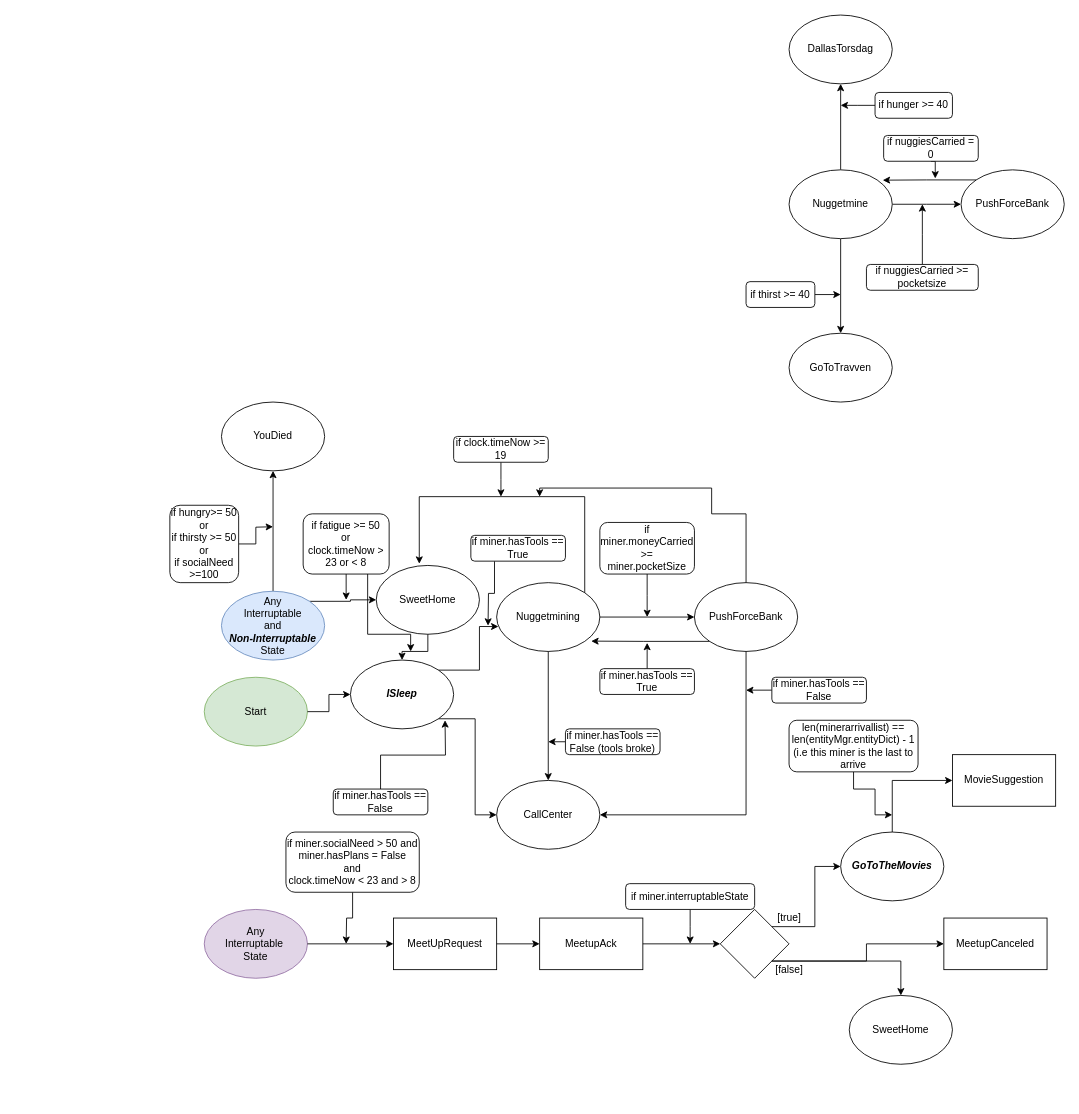
The draw.io diagram labb1/State Transition chart.drawio in potispenserr/ai, before the edit. Source tidied: cells renumbered, new cells numbered last; positions are measured from the earlier drawing's top-left corner, leaving out a move shared by most shapes. Both pictures are drawn from the tidied source at 86%, with x=0, y=0 at pixel (169, 15).
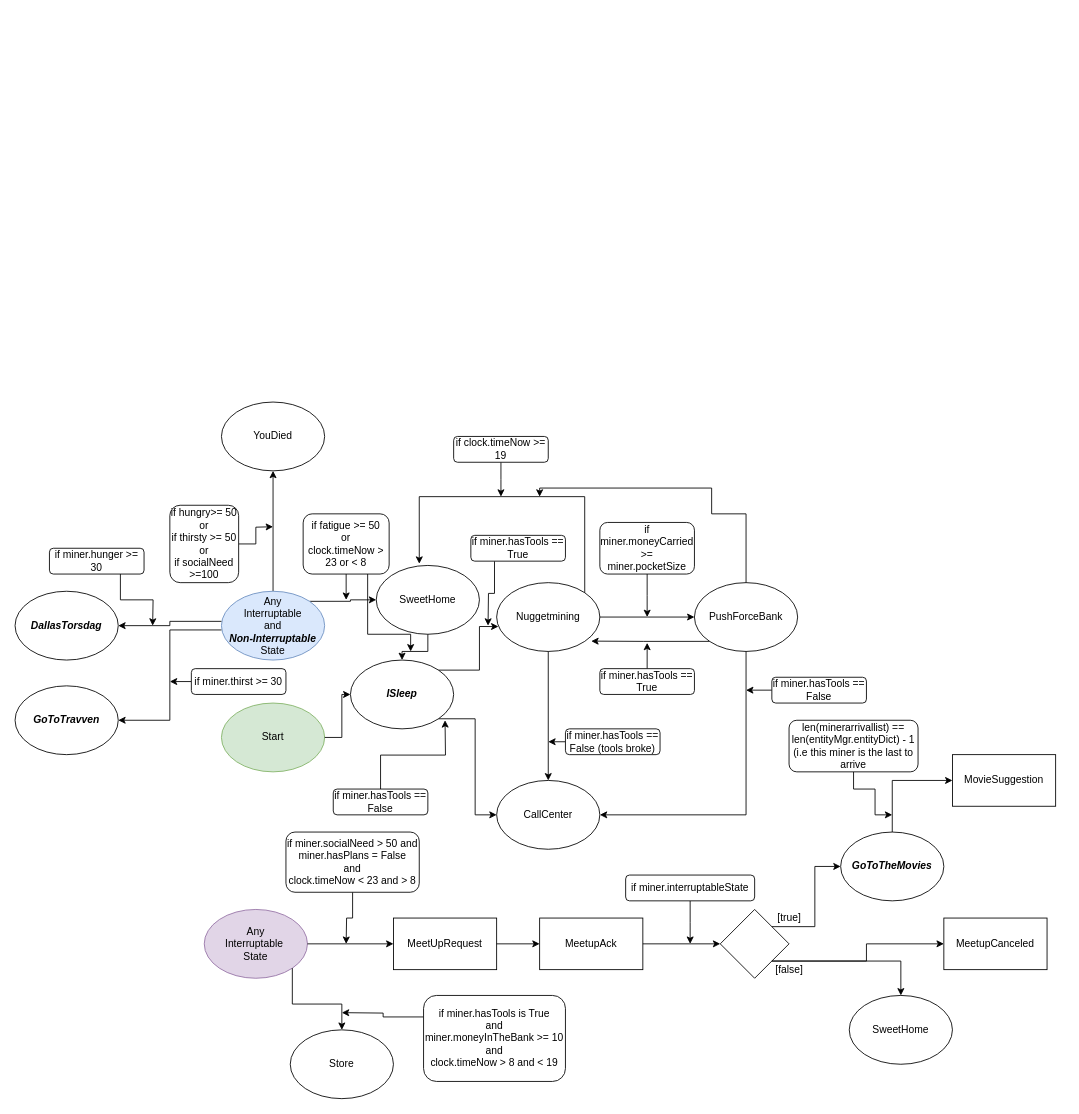
After the change.

Commit message (it also covers changes not shown here):
state State Transition chart done

Unchanged cells that the change refers to:
```xml
<mxCell id="81" value="&lt;div&gt;Any &lt;br&gt;Interruptable&lt;/div&gt;&lt;div&gt;and&lt;/div&gt;&lt;div&gt;&lt;b&gt;&lt;i&gt;Non-Interruptable&lt;/i&gt;&lt;/b&gt;&lt;br&gt;State&lt;/div&gt;" style="text;html=1;strokeColor=none;fillColor=none;align=center;verticalAlign=middle;whiteSpace=wrap;rounded=0;" parent="79" vertex="1">
  <mxGeometry y="30" width="120" height="20" as="geometry" />
</mxCell>
<mxCell id="86" style="ellipse;whiteSpace=wrap;html=1;fillColor=#e1d5e7;strokeColor=#9673a6;" parent="85" vertex="1">
  <mxGeometry width="120" height="80" as="geometry" />
</mxCell>
```

What changed in the source:
```diff
@@
-    <mxCell id="2" style="edgeStyle=orthogonalEdgeStyle;rounded=0;jettySize=auto;html=1;exitX=0.5;exitY=1;exitDx=0;exitDy=0;entryX=0.5;entryY=0;entryDx=0;entryDy=0;" parent="1" edge="1" source="5" target="8">
-      <mxGeometry relative="1" as="geometry" />
-    </mxCell>
-    <mxCell id="3" style="edgeStyle=orthogonalEdgeStyle;rounded=0;jettySize=auto;html=1;exitX=0.5;exitY=0;exitDx=0;exitDy=0;entryX=0.5;entryY=1;entryDx=0;entryDy=0;" parent="1" edge="1" source="5" target="32">
-      <mxGeometry relative="1" as="geometry" />
-    </mxCell>
-    <mxCell id="4" style="edgeStyle=orthogonalEdgeStyle;rounded=0;jettySize=auto;html=1;exitX=1;exitY=0.5;exitDx=0;exitDy=0;entryX=0;entryY=0.5;entryDx=0;entryDy=0;" parent="1" edge="1" source="5">
-      <mxGeometry relative="1" as="geometry">
-        <mxPoint x="920" y="220" as="targetPoint" />
-      </mxGeometry>
-    </mxCell>
-    <mxCell id="5" style="ellipse;whiteSpace=wrap;html=1;" parent="1" vertex="1">
-      <mxGeometry x="720" y="180" width="120" height="80" as="geometry" />
-    </mxCell>
-    <mxCell id="6" value="Nuggetmine" style="text;html=1;align=center;verticalAlign=middle;whiteSpace=wrap;rounded=0;" parent="1" vertex="1">
-      <mxGeometry x="760" y="210" width="40" height="20" as="geometry" />
-    </mxCell>
-    <mxCell id="7" style="group;" parent="1" vertex="1">
-      <mxGeometry x="720" y="370" width="120" height="80" as="geometry" />
-    </mxCell>
-    <mxCell id="8" style="ellipse;whiteSpace=wrap;html=1;" parent="7" vertex="1">
-      <mxGeometry width="120" height="80" as="geometry" />
-    </mxCell>
-    <mxCell id="9" value="&lt;font face=&quot;Helvetica&quot;&gt;GoToTravven&lt;/font&gt;" style="text;html=1;strokeColor=none;fillColor=none;align=center;verticalAlign=middle;whiteSpace=wrap;rounded=0;" parent="7" vertex="1">
-      <mxGeometry x="25" y="20" width="70" height="40" as="geometry" />
-    </mxCell>
-    <mxCell id="10" style="edgeStyle=orthogonalEdgeStyle;rounded=0;jettySize=auto;html=1;exitX=1;exitY=0.5;exitDx=0;exitDy=0;" parent="1" edge="1" source="11">
-      <mxGeometry relative="1" as="geometry">
-        <mxPoint x="780" y="325" as="targetPoint" />
-      </mxGeometry>
-    </mxCell>
-    <mxCell id="11" value="if thirst &amp;gt;= 40" style="rounded=1;whiteSpace=wrap;html=1;" parent="1" vertex="1">
-      <mxGeometry x="670" y="310" width="80" height="30" as="geometry" />
-    </mxCell>
-    <mxCell id="12" style="edgeStyle=orthogonalEdgeStyle;rounded=0;jettySize=auto;html=1;exitX=0;exitY=0.5;exitDx=0;exitDy=0;" parent="1" edge="1" source="13">
-      <mxGeometry relative="1" as="geometry">
-        <mxPoint x="780" y="105" as="targetPoint" />
-      </mxGeometry>
-    </mxCell>
-    <mxCell id="13" value="if hunger &amp;gt;= 40" style="rounded=1;whiteSpace=wrap;html=1;" parent="1" vertex="1">
-      <mxGeometry x="820" y="90" width="90" height="30" as="geometry" />
-    </mxCell>
-    <mxCell id="14" style="edgeStyle=orthogonalEdgeStyle;rounded=0;jettySize=auto;html=1;exitX=0.5;exitY=0;exitDx=0;exitDy=0;" parent="1" edge="1" source="15">
-      <mxGeometry relative="1" as="geometry">
-        <mxPoint x="875" y="220" as="targetPoint" />
-      </mxGeometry>
-    </mxCell>
-    <mxCell id="15" value="if nuggiesCarried &amp;gt;= pocketsize" style="rounded=1;whiteSpace=wrap;html=1;" parent="1" vertex="1">
-      <mxGeometry x="810" y="290" width="130" height="30" as="geometry" />
-    </mxCell>
-    <mxCell id="16" style="group;" parent="1" vertex="1">
-      <mxGeometry x="920" y="180" width="120" height="80" as="geometry" />
-    </mxCell>
-    <mxCell id="17" style="ellipse;whiteSpace=wrap;html=1;" parent="16" vertex="1">
-      <mxGeometry width="120" height="80" as="geometry" />
-    </mxCell>
-    <mxCell id="18" value="PushForceBank" style="text;html=1;strokeColor=none;fillColor=none;align=center;verticalAlign=middle;whiteSpace=wrap;rounded=0;" parent="16" vertex="1">
-      <mxGeometry x="25" y="20" width="70" height="40" as="geometry" />
-    </mxCell>
@@
     <mxCell id="22" style="group;fillColor=none;" parent="1" vertex="1">
-      <mxGeometry x="40" y="770" width="120" height="80" as="geometry" />
+      <mxGeometry x="60" y="800" width="120" height="80" as="geometry" />
     </mxCell>
@@
-    <mxCell id="26" style="edgeStyle=orthogonalEdgeStyle;rounded=0;jettySize=auto;html=1;exitX=0;exitY=0;exitDx=0;exitDy=0;entryX=0.908;entryY=0.15;entryDx=0;entryDy=0;entryPerimeter=0;" parent="1" edge="1" source="17" target="5">
-      <mxGeometry relative="1" as="geometry" />
-    </mxCell>
-    <mxCell id="27" style="edgeStyle=orthogonalEdgeStyle;rounded=0;jettySize=auto;html=1;exitX=0.5;exitY=1;exitDx=0;exitDy=0;" parent="1" edge="1" source="28">
-      <mxGeometry relative="1" as="geometry">
-        <mxPoint x="890" y="190" as="targetPoint" />
-      </mxGeometry>
-    </mxCell>
-    <mxCell id="28" value="if nuggiesCarried = 0" style="rounded=1;whiteSpace=wrap;html=1;" parent="1" vertex="1">
-      <mxGeometry x="830" y="140" width="110" height="30" as="geometry" />
-    </mxCell>
@@
-    <mxCell id="30" style="group;" parent="1" vertex="1">
-      <mxGeometry x="720" width="120" height="80" as="geometry" />
-    </mxCell>
-    <mxCell id="31" style="group;" parent="30" vertex="1">
-      <mxGeometry width="120" height="80" as="geometry" />
-    </mxCell>
-    <mxCell id="32" style="ellipse;whiteSpace=wrap;html=1;" parent="31" vertex="1">
-      <mxGeometry width="120" height="80" as="geometry" />
-    </mxCell>
-    <mxCell id="33" value="DallasTorsdag" style="text;html=1;strokeColor=none;fillColor=none;align=center;verticalAlign=middle;whiteSpace=wrap;rounded=0;" parent="31" vertex="1">
-      <mxGeometry x="25" y="20" width="70" height="40" as="geometry" />
-    </mxCell>
@@
     <mxCell id="99" value="if miner.interruptableState" style="rounded=1;whiteSpace=wrap;html=1;" parent="1" vertex="1">
-      <mxGeometry x="530" y="1010" width="150" height="30" as="geometry" />
+      <mxGeometry x="530" y="1000" width="150" height="30" as="geometry" />
     </mxCell>
@@
+    <mxCell id="114" style="group;" parent="1" vertex="1">
+      <mxGeometry x="140" y="1180" width="120" height="80" as="geometry" />
+    </mxCell>
+    <mxCell id="115" style="ellipse;whiteSpace=wrap;html=1;" parent="114" vertex="1">
+      <mxGeometry width="120" height="80" as="geometry" />
+    </mxCell>
+    <mxCell id="116" value="Store" style="text;html=1;strokeColor=none;fillColor=none;align=center;verticalAlign=middle;whiteSpace=wrap;rounded=0;" parent="114" vertex="1">
+      <mxGeometry x="25" y="20" width="70" height="40" as="geometry" />
+    </mxCell>
+    <mxCell id="117" style="edgeStyle=orthogonalEdgeStyle;rounded=0;jettySize=auto;html=1;exitX=0;exitY=0.25;exitDx=0;exitDy=0;" parent="1" edge="1" source="118">
+      <mxGeometry relative="1" as="geometry">
+        <mxPoint x="200" y="1160" as="targetPoint" />
+      </mxGeometry>
+    </mxCell>
+    <mxCell id="118" value="if miner.hasTools is True&lt;br&gt;and &lt;br&gt;miner.moneyInTheBank &amp;gt;= 10&lt;br&gt;and &lt;br&gt;clock.timeNow &amp;gt; 8 and &amp;lt; 19" style="rounded=1;whiteSpace=wrap;html=1;" parent="1" vertex="1">
+      <mxGeometry x="295" y="1140" width="165" height="100" as="geometry" />
+    </mxCell>
+    <mxCell id="119" style="edgeStyle=orthogonalEdgeStyle;rounded=0;jettySize=auto;html=1;exitX=1;exitY=1;exitDx=0;exitDy=0;entryX=0.5;entryY=0;entryDx=0;entryDy=0;" parent="1" edge="1" source="86" target="115">
+      <mxGeometry relative="1" as="geometry" />
+    </mxCell>
+    <mxCell id="120" style="group;" parent="1" vertex="1">
+      <mxGeometry x="-180" y="670" width="120" height="80" as="geometry" />
+    </mxCell>
+    <mxCell id="121" style="group;" parent="120" vertex="1">
+      <mxGeometry width="120" height="80" as="geometry" />
+    </mxCell>
+    <mxCell id="122" style="ellipse;whiteSpace=wrap;html=1;" parent="121" vertex="1">
+      <mxGeometry width="120" height="80" as="geometry" />
+    </mxCell>
+    <mxCell id="33" value="&lt;b&gt;&lt;i&gt;DallasTorsdag&lt;/i&gt;&lt;/b&gt;" style="text;html=1;strokeColor=none;fillColor=none;align=center;verticalAlign=middle;whiteSpace=wrap;rounded=0;" parent="121" vertex="1">
+      <mxGeometry x="25" y="20" width="70" height="40" as="geometry" />
+    </mxCell>
+    <mxCell id="123" style="group;" parent="1" vertex="1">
+      <mxGeometry x="-180" y="780" width="120" height="80" as="geometry" />
+    </mxCell>
+    <mxCell id="124" style="group;" parent="123" vertex="1">
+      <mxGeometry width="120" height="80" as="geometry" />
+    </mxCell>
+    <mxCell id="125" style="ellipse;whiteSpace=wrap;html=1;" parent="124" vertex="1">
+      <mxGeometry width="120" height="80" as="geometry" />
+    </mxCell>
+    <mxCell id="9" value="&lt;b&gt;&lt;i&gt;GoToTravven&lt;/i&gt;&lt;/b&gt;" style="text;html=1;strokeColor=none;fillColor=none;align=center;verticalAlign=middle;whiteSpace=wrap;rounded=0;" parent="124" vertex="1">
+      <mxGeometry x="25" y="20" width="70" height="40" as="geometry" />
+    </mxCell>
+    <mxCell id="126" style="edgeStyle=orthogonalEdgeStyle;rounded=0;jettySize=auto;html=1;exitX=0;exitY=0.25;exitDx=0;exitDy=0;" parent="1" edge="1" source="81" target="122">
+      <mxGeometry relative="1" as="geometry" />
+    </mxCell>
+    <mxCell id="127" style="edgeStyle=orthogonalEdgeStyle;rounded=0;jettySize=auto;html=1;exitX=0;exitY=0.75;exitDx=0;exitDy=0;entryX=1;entryY=0.5;entryDx=0;entryDy=0;" parent="1" edge="1" source="81" target="125">
+      <mxGeometry relative="1" as="geometry" />
+    </mxCell>
+    <mxCell id="128" style="edgeStyle=orthogonalEdgeStyle;rounded=0;jettySize=auto;html=1;exitX=0.75;exitY=1;exitDx=0;exitDy=0;" parent="1" edge="1" source="129">
+      <mxGeometry relative="1" as="geometry">
+        <mxPoint x="-20" y="710" as="targetPoint" />
+      </mxGeometry>
+    </mxCell>
+    <mxCell id="129" value="if miner.hunger &amp;gt;= 30" style="rounded=1;whiteSpace=wrap;html=1;" parent="1" vertex="1">
+      <mxGeometry x="-140" y="620" width="110" height="30" as="geometry" />
+    </mxCell>
+    <mxCell id="130" style="edgeStyle=orthogonalEdgeStyle;rounded=0;jettySize=auto;html=1;exitX=0;exitY=0.5;exitDx=0;exitDy=0;" parent="1" edge="1" source="131">
+      <mxGeometry relative="1" as="geometry">
+        <mxPoint y="775" as="targetPoint" />
+      </mxGeometry>
+    </mxCell>
+    <mxCell id="131" value="if miner.thirst &amp;gt;= 30" style="rounded=1;whiteSpace=wrap;html=1;" parent="1" vertex="1">
+      <mxGeometry x="25" y="760" width="110" height="30" as="geometry" />
+    </mxCell>
```
